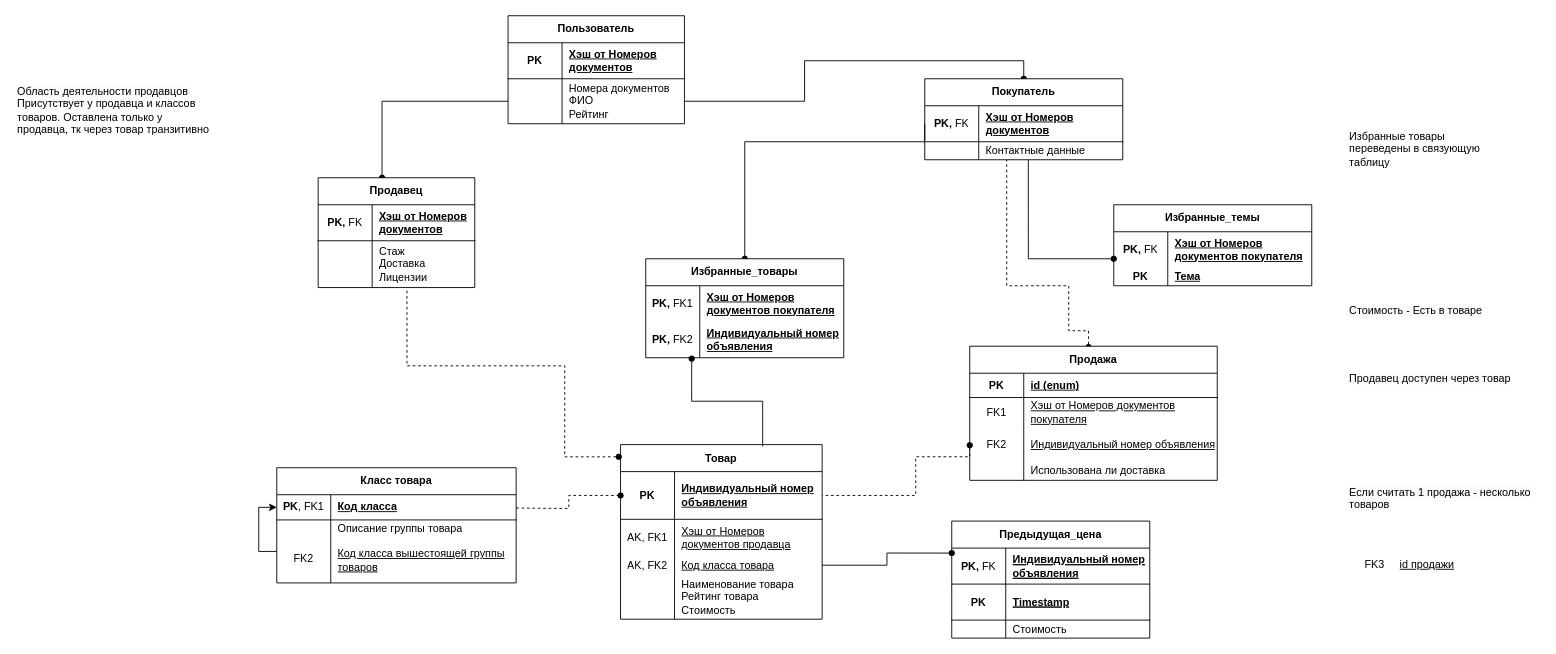
Earlier version of the draw.io diagram page "Страница — 3" (3 of 3) of Диаграмма без названия.drawio (Djuckman/Compilers2). Source tidied: cells renumbered, new cells numbered last; positions are measured from the earlier drawing's top-left corner, leaving out a move shared by most shapes. Both pictures are drawn from the tidied source at 90%, with x=0, y=0 at pixel (15, 15).
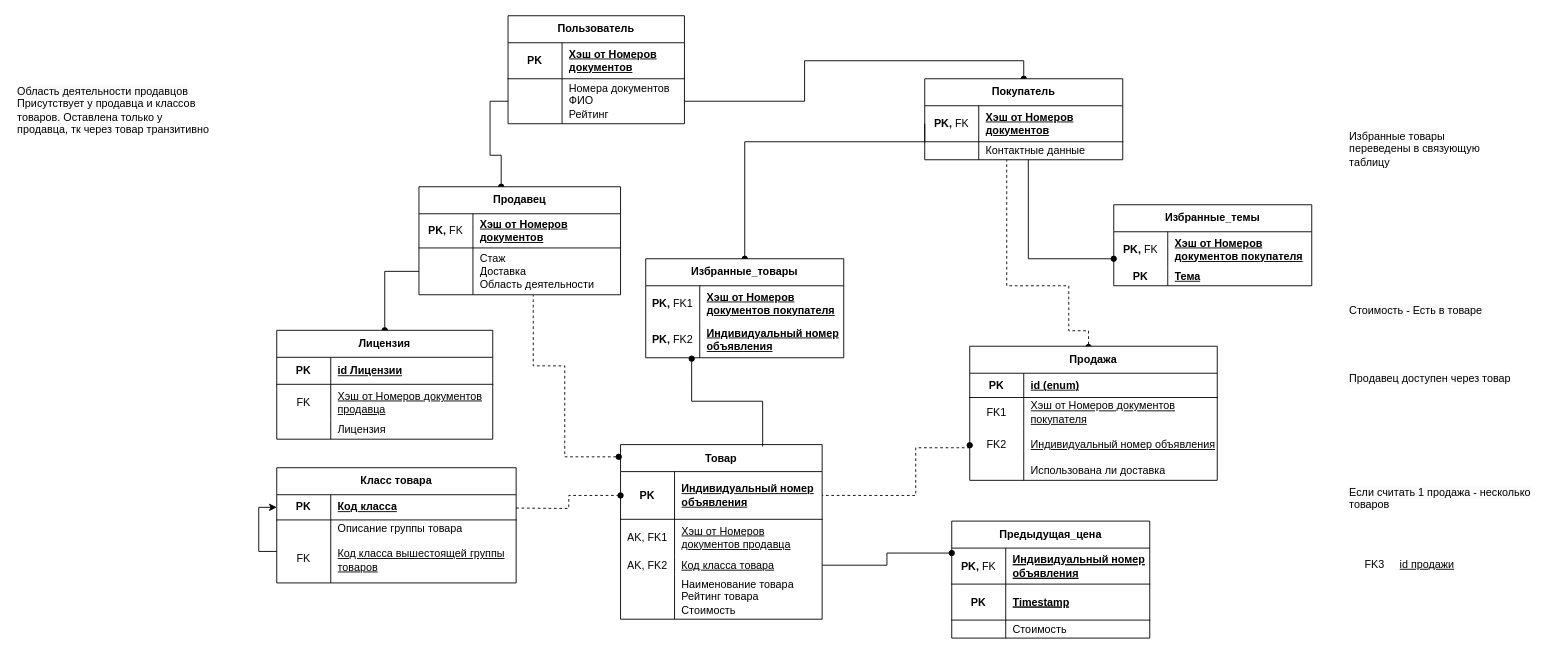
The same diagram, later.

The change refers to these unchanged cells:
```xml
<mxCell id="15" value="Товар" style="shape=table;startSize=30;childLayout=tableLayout;rowLines=0;fontStyle=1;align=center;html=1;whiteSpace=wrap;" parent="1" vertex="1">
  <mxGeometry x="672" y="476.5" width="224" height="194" as="geometry" />
</mxCell>
<mxCell id="16" style="shape=tableRow;horizontal=0;startSize=0;swimlaneHead=0;swimlaneBody=0;fillColor=none;points=[[0,0.5],[1,0.5]];portConstraint=eastwest;top=0;left=0;right=0;bottom=1;html=1;" parent="15" vertex="1">
  <mxGeometry y="30" width="224" height="53" as="geometry" />
</mxCell>
<mxCell id="29" style="shape=tableRow;horizontal=0;startSize=0;swimlaneHead=0;swimlaneBody=0;fillColor=none;points=[[0,0.5],[1,0.5]];portConstraint=eastwest;top=0;left=0;right=0;bottom=1;html=1;" parent="28" vertex="1">
  <mxGeometry y="30" width="266" height="28" as="geometry" />
</mxCell>
<mxCell id="32" style="shape=tableRow;horizontal=0;startSize=0;swimlaneHead=0;swimlaneBody=0;fillColor=none;points=[[0,0.5],[1,0.5]];portConstraint=eastwest;top=0;left=0;right=0;bottom=0;html=1;" parent="28" vertex="1">
  <mxGeometry y="58" width="266" height="70" as="geometry" />
</mxCell>
<mxCell id="59" style="shape=tableRow;horizontal=0;startSize=0;swimlaneHead=0;swimlaneBody=0;fillColor=none;points=[[0,0.5],[1,0.5]];portConstraint=eastwest;top=0;left=0;right=0;bottom=0;html=1;" parent="52" vertex="1">
  <mxGeometry y="91" width="275" height="38" as="geometry" />
</mxCell>
```

What changed in the source:
```diff
@@
-    <mxCell id="30" value="PK&lt;span style=&quot;font-weight: normal;&quot;&gt;, FK1&lt;/span&gt;" style="shape=partialRectangle;fillColor=none;top=0;left=0;bottom=0;right=0;fontStyle=1;overflow=hidden;html=1;whiteSpace=wrap;" parent="29" vertex="1">
+    <mxCell id="30" value="PK" style="shape=partialRectangle;fillColor=none;top=0;left=0;bottom=0;right=0;fontStyle=1;overflow=hidden;html=1;whiteSpace=wrap;" parent="29" vertex="1">
       <mxGeometry width="60" height="28" as="geometry" />
     </mxCell>
@@
-    <mxCell id="33" value="&lt;div&gt;&lt;br&gt;&lt;/div&gt;FK2" style="shape=partialRectangle;fillColor=none;top=0;left=0;bottom=0;right=0;overflow=hidden;html=1;whiteSpace=wrap;" parent="32" vertex="1">
+    <mxCell id="33" value="&lt;div&gt;&lt;br&gt;&lt;/div&gt;FK" style="shape=partialRectangle;fillColor=none;top=0;left=0;bottom=0;right=0;overflow=hidden;html=1;whiteSpace=wrap;" parent="32" vertex="1">
       <mxGeometry width="60" height="70" as="geometry" />
     </mxCell>
@@
     <mxCell id="36" style="edgeStyle=orthogonalEdgeStyle;rounded=0;jettySize=auto;html=1;exitX=0;exitY=0.5;exitDx=0;exitDy=0;entryX=1;entryY=0.5;entryDx=0;entryDy=0;startArrow=oval;startFill=1;endArrow=none;endFill=0;dashed=1;" parent="1" edge="1" source="59" target="16">
       <mxGeometry relative="1" as="geometry">
         <Array as="points">
-          <mxPoint x="1000" y="490" />
+          <mxPoint x="1060" y="480" />
+          <mxPoint x="1000" y="480" />
           <mxPoint x="1000" y="533" />
         </Array>
       </mxGeometry>
     </mxCell>
     <mxCell id="37" value="Продавец" style="shape=table;startSize=30;childLayout=tableLayout;rowLines=0;fontStyle=1;align=center;html=1;whiteSpace=wrap;" parent="1" vertex="1">
-      <mxGeometry x="336" y="180" width="174" height="122" as="geometry" />
+      <mxGeometry x="448" y="190" width="224" height="120" as="geometry" />
     </mxCell>
     <mxCell id="38" style="shape=tableRow;horizontal=0;startSize=0;swimlaneHead=0;swimlaneBody=0;fillColor=none;top=0;left=0;right=0;bottom=1;html=1;" parent="37" vertex="1">
-      <mxGeometry y="30" width="174" height="40" as="geometry" />
+      <mxGeometry y="30" width="224" height="38" as="geometry" />
     </mxCell>
     <mxCell id="39" value="PK, &lt;span style=&quot;font-weight: normal;&quot;&gt;FK&lt;/span&gt;" style="shape=partialRectangle;fillColor=none;top=0;left=0;bottom=0;right=0;fontStyle=1;overflow=hidden;html=1;whiteSpace=wrap;" parent="38" vertex="1">
-      <mxGeometry width="60" height="40" as="geometry" />
+      <mxGeometry width="60" height="38" as="geometry" />
     </mxCell>
     <mxCell id="40" value="Хэш от Номеров документов" style="shape=partialRectangle;fillColor=none;top=0;left=0;bottom=0;right=0;align=left;spacingLeft=6;fontStyle=5;overflow=hidden;html=1;whiteSpace=wrap;" parent="38" vertex="1">
-      <mxGeometry x="60" width="114" height="40" as="geometry" />
+      <mxGeometry x="60" width="164" height="38" as="geometry" />
     </mxCell>
     <mxCell id="41" style="shape=tableRow;horizontal=0;startSize=0;swimlaneHead=0;swimlaneBody=0;fillColor=none;points=[[0,0.5],[1,0.5]];portConstraint=eastwest;top=0;left=0;right=0;bottom=0;html=1;" parent="37" vertex="1">
-      <mxGeometry y="70" width="174" height="52" as="geometry" />
+      <mxGeometry y="68" width="224" height="52" as="geometry" />
     </mxCell>
@@
-    <mxCell id="43" value="Стаж&lt;div&gt;Доставка&lt;/div&gt;&lt;div&gt;Лицензии&lt;/div&gt;&lt;div&gt;&lt;/div&gt;" style="shape=partialRectangle;fillColor=none;top=0;left=0;bottom=0;right=0;align=left;spacingLeft=6;overflow=hidden;html=1;whiteSpace=wrap;" parent="41" vertex="1">
-      <mxGeometry x="60" width="114" height="52" as="geometry" />
+    <mxCell id="43" value="Стаж&lt;div&gt;Доставка&lt;/div&gt;&lt;div&gt;Область деятельности&lt;/div&gt;&lt;div&gt;&lt;/div&gt;" style="shape=partialRectangle;fillColor=none;top=0;left=0;bottom=0;right=0;align=left;spacingLeft=6;overflow=hidden;html=1;whiteSpace=wrap;" parent="41" vertex="1">
+      <mxGeometry x="60" width="164" height="52" as="geometry" />
     </mxCell>
@@
     <mxCell id="86" style="edgeStyle=orthogonalEdgeStyle;rounded=0;jettySize=auto;html=1;exitX=-0.009;exitY=0.07;exitDx=0;exitDy=0;entryX=0.567;entryY=1.008;entryDx=0;entryDy=0;entryPerimeter=0;endArrow=none;endFill=0;startArrow=oval;startFill=1;dashed=1;exitPerimeter=0;" parent="1" edge="1" source="15" target="41">
       <mxGeometry relative="1" as="geometry">
         <Array as="points">
           <mxPoint x="610" y="490" />
           <mxPoint x="610" y="389" />
-          <mxPoint x="435" y="389" />
+          <mxPoint x="575" y="389" />
         </Array>
       </mxGeometry>
     </mxCell>
@@
+    <mxCell id="102" style="edgeStyle=orthogonalEdgeStyle;rounded=0;jettySize=auto;html=1;exitX=0.5;exitY=0;exitDx=0;exitDy=0;entryX=0;entryY=0.5;entryDx=0;entryDy=0;endArrow=none;endFill=0;startArrow=oval;startFill=1;" parent="1" edge="1" source="103" target="41">
+      <mxGeometry relative="1" as="geometry" />
+    </mxCell>
+    <mxCell id="103" value="Лицензия" style="shape=table;startSize=30;childLayout=tableLayout;rowLines=0;fontStyle=1;align=center;html=1;whiteSpace=wrap;" parent="1" vertex="1">
+      <mxGeometry x="290" y="349.5" width="240" height="121" as="geometry" />
+    </mxCell>
+    <mxCell id="104" style="shape=tableRow;horizontal=0;startSize=0;swimlaneHead=0;swimlaneBody=0;fillColor=none;top=0;left=0;right=0;bottom=1;html=1;" parent="103" vertex="1">
+      <mxGeometry y="30" width="240" height="30" as="geometry" />
+    </mxCell>
+    <mxCell id="105" value="PK" style="shape=partialRectangle;fillColor=none;top=0;left=0;bottom=0;right=0;fontStyle=1;overflow=hidden;html=1;whiteSpace=wrap;" parent="104" vertex="1">
+      <mxGeometry width="60" height="30" as="geometry" />
+    </mxCell>
+    <mxCell id="106" value="id Лицензии" style="shape=partialRectangle;fillColor=none;top=0;left=0;bottom=0;right=0;align=left;spacingLeft=6;fontStyle=5;overflow=hidden;html=1;whiteSpace=wrap;" parent="104" vertex="1">
+      <mxGeometry x="60" width="180" height="30" as="geometry" />
+    </mxCell>
+    <mxCell id="107" style="shape=tableRow;horizontal=0;startSize=0;swimlaneHead=0;swimlaneBody=0;fillColor=none;top=0;left=0;right=0;bottom=0;html=1;" parent="103" vertex="1">
+      <mxGeometry y="60" width="240" height="40" as="geometry" />
+    </mxCell>
+    <mxCell id="108" value="FK" style="shape=partialRectangle;fillColor=none;top=0;left=0;bottom=0;right=0;overflow=hidden;html=1;whiteSpace=wrap;" parent="107" vertex="1">
+      <mxGeometry width="60" height="40" as="geometry" />
+    </mxCell>
+    <mxCell id="109" value="&lt;span style=&quot;text-decoration-line: underline;&quot;&gt;Хэш от Номеров документов продавца&lt;/span&gt;&lt;br&gt;&lt;div&gt;&lt;/div&gt;" style="shape=partialRectangle;fillColor=none;top=0;left=0;bottom=0;right=0;align=left;spacingLeft=6;overflow=hidden;html=1;whiteSpace=wrap;" parent="107" vertex="1">
+      <mxGeometry x="60" width="180" height="40" as="geometry" />
+    </mxCell>
+    <mxCell id="110" style="shape=tableRow;horizontal=0;startSize=0;swimlaneHead=0;swimlaneBody=0;fillColor=none;top=0;left=0;right=0;bottom=0;html=1;" parent="103" vertex="1">
+      <mxGeometry y="100" width="240" height="21" as="geometry" />
+    </mxCell>
+    <mxCell id="111" style="shape=partialRectangle;fillColor=none;top=0;left=0;bottom=0;right=0;overflow=hidden;html=1;whiteSpace=wrap;" parent="110" vertex="1">
+      <mxGeometry width="60" height="21" as="geometry" />
+    </mxCell>
+    <mxCell id="112" value="Лицензия&lt;div&gt;&lt;/div&gt;" style="shape=partialRectangle;fillColor=none;top=0;left=0;bottom=0;right=0;align=left;spacingLeft=6;overflow=hidden;html=1;whiteSpace=wrap;" parent="110" vertex="1">
+      <mxGeometry x="60" width="180" height="21" as="geometry" />
+    </mxCell>
```
